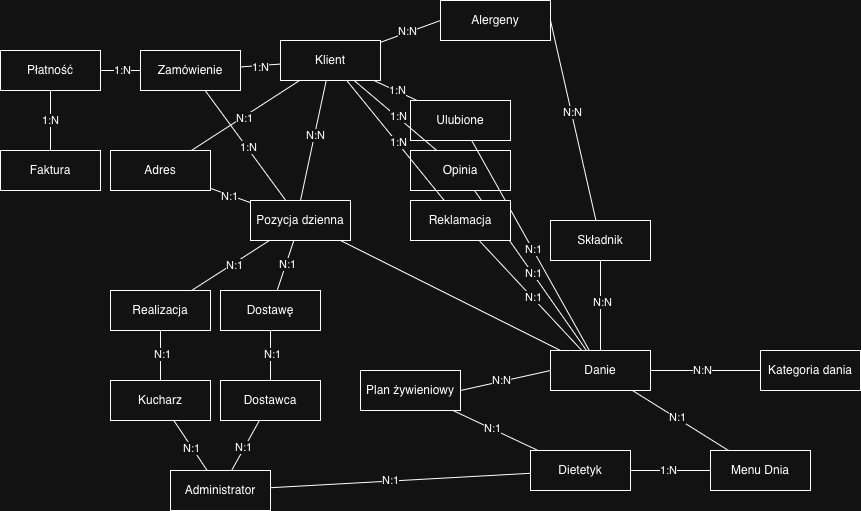
Above: etap1/Projektowanie baz danych.png in tomasz-trela/database-design (draw.io), before the change. Source tidied: cells renumbered, new cells last; positions are measured from the earlier drawing's top-left corner, leaving out a move shared by most shapes.
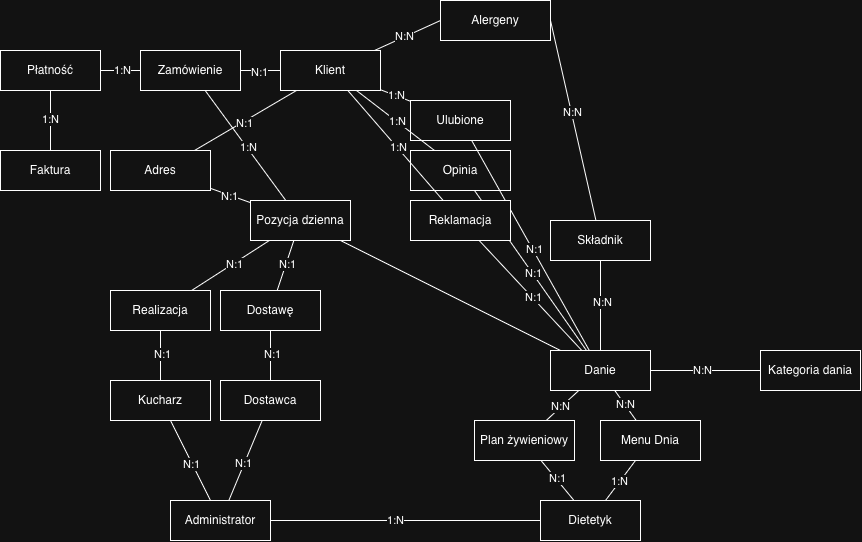
After the change.

Change to the diagram source:
```diff
@@ -39,19 +39,19 @@
       <mxGeometry x="-0.08" y="1" relative="1" as="geometry" />
     </mxCell>
     <mxCell id="14" value="Plan żywieniowy" style="rounded=0;whiteSpace=wrap;html=1;" parent="1" vertex="1">
-      <mxGeometry x="360" y="370" width="100" height="40" as="geometry" />
+      <mxGeometry x="474" y="420" width="100" height="40" as="geometry" />
     </mxCell>
-    <mxCell id="15" style="endArrow=none;html=1;rounded=0;entryX=0;entryY=0.5;entryDx=0;entryDy=0;exitX=1;exitY=0.5;exitDx=0;exitDy=0;" parent="1" edge="1" source="14" target="8">
+    <mxCell id="15" style="endArrow=none;html=1;rounded=0;" parent="1" edge="1" source="14" target="8">
       <mxGeometry relative="1" as="geometry" />
     </mxCell>
     <mxCell id="16" value="N:N" style="edgeLabel;html=1;align=center;verticalAlign=middle;" parent="15" vertex="1">
       <mxGeometry x="-0.08" y="1" relative="1" as="geometry" />
     </mxCell>
     <mxCell id="17" value="Dietetyk" style="rounded=0;whiteSpace=wrap;html=1;" parent="1" vertex="1">
-      <mxGeometry x="530" y="450" width="100" height="40" as="geometry" />
+      <mxGeometry x="540" y="500" width="100" height="40" as="geometry" />
     </mxCell>
     <mxCell id="18" value="Menu Dnia" style="rounded=0;whiteSpace=wrap;html=1;" parent="1" vertex="1">
-      <mxGeometry x="710" y="450" width="100" height="40" as="geometry" />
+      <mxGeometry x="600" y="420" width="100" height="40" as="geometry" />
     </mxCell>
     <mxCell id="19" style="endArrow=none;html=1;rounded=0;" parent="1" edge="1" source="14" target="17">
       <mxGeometry relative="1" as="geometry" />
@@ -62,18 +62,12 @@
     <mxCell id="21" style="endArrow=none;html=1;rounded=0;" parent="1" edge="1" source="8" target="18">
       <mxGeometry relative="1" as="geometry" />
     </mxCell>
-    <mxCell id="22" value="N:1" style="edgeLabel;html=1;align=center;verticalAlign=middle;" parent="21" vertex="1">
+    <mxCell id="22" value="N:N" style="edgeLabel;html=1;align=center;verticalAlign=middle;" parent="21" vertex="1">
       <mxGeometry x="-0.08" y="1" relative="1" as="geometry" />
     </mxCell>
     <mxCell id="23" value="Zamówienie" style="rounded=0;whiteSpace=wrap;html=1;" parent="1" vertex="1">
       <mxGeometry x="140" y="50" width="100" height="40" as="geometry" />
     </mxCell>
-    <mxCell id="24" style="endArrow=none;html=1;rounded=0;entryX=0.5;entryY=0;entryDx=0;entryDy=0;" parent="1" edge="1" source="40" target="57">
-      <mxGeometry relative="1" as="geometry" />
-    </mxCell>
-    <mxCell id="25" value="N:N" style="edgeLabel;html=1;align=center;verticalAlign=middle;" parent="24" vertex="1">
-      <mxGeometry x="-0.08" y="1" relative="1" as="geometry" />
-    </mxCell>
     <mxCell id="26" style="endArrow=none;html=1;rounded=0;" parent="1" edge="1" source="57" target="8">
       <mxGeometry relative="1" as="geometry" />
     </mxCell>
@@ -119,7 +113,7 @@
       <mxGeometry x="-0.08" y="1" relative="1" as="geometry" />
     </mxCell>
     <mxCell id="40" value="Klient" style="rounded=0;whiteSpace=wrap;html=1;" parent="1" vertex="1">
-      <mxGeometry x="280" y="40" width="100" height="40" as="geometry" />
+      <mxGeometry x="280" y="50" width="100" height="40" as="geometry" />
     </mxCell>
     <mxCell id="41" value="Adres" style="rounded=0;whiteSpace=wrap;html=1;" parent="1" vertex="1">
       <mxGeometry x="110" y="150" width="100" height="40" as="geometry" />
@@ -127,7 +121,7 @@
     <mxCell id="42" style="endArrow=none;html=1;rounded=0;" parent="1" edge="1" source="23" target="40">
       <mxGeometry relative="1" as="geometry" />
     </mxCell>
-    <mxCell id="43" value="1:N" style="edgeLabel;html=1;align=center;verticalAlign=middle;" parent="42" vertex="1">
+    <mxCell id="43" value="N:1" style="edgeLabel;html=1;align=center;verticalAlign=middle;" parent="42" vertex="1">
       <mxGeometry x="-0.04" y="-1" relative="1" as="geometry" />
     </mxCell>
     <mxCell id="44" style="endArrow=none;html=1;rounded=0;" parent="1" edge="1" source="41" target="40">
@@ -218,7 +212,7 @@
       <mxGeometry x="-0.08" y="1" relative="1" as="geometry" />
     </mxCell>
     <mxCell id="73" value="Administrator" style="rounded=0;whiteSpace=wrap;html=1;" parent="1" vertex="1">
-      <mxGeometry x="170" y="470" width="100" height="40" as="geometry" />
+      <mxGeometry x="170" y="500" width="100" height="40" as="geometry" />
     </mxCell>
     <mxCell id="74" style="endArrow=none;html=1;rounded=0;" parent="1" edge="1" source="73" target="35">
       <mxGeometry relative="1" as="geometry" />
@@ -235,7 +229,7 @@
     <mxCell id="78" style="endArrow=none;html=1;rounded=0;" parent="1" edge="1" source="73" target="17">
       <mxGeometry relative="1" as="geometry" />
     </mxCell>
-    <mxCell id="79" value="N:1" style="edgeLabel;html=1;align=center;verticalAlign=middle;" parent="78" vertex="1">
+    <mxCell id="79" value="1:N" style="edgeLabel;html=1;align=center;verticalAlign=middle;" parent="78" vertex="1">
       <mxGeometry x="-0.08" y="1" relative="1" as="geometry" />
     </mxCell>
     <mxCell id="80" style="endArrow=none;html=1;rounded=0;" parent="1" edge="1" source="57" target="23">
```
